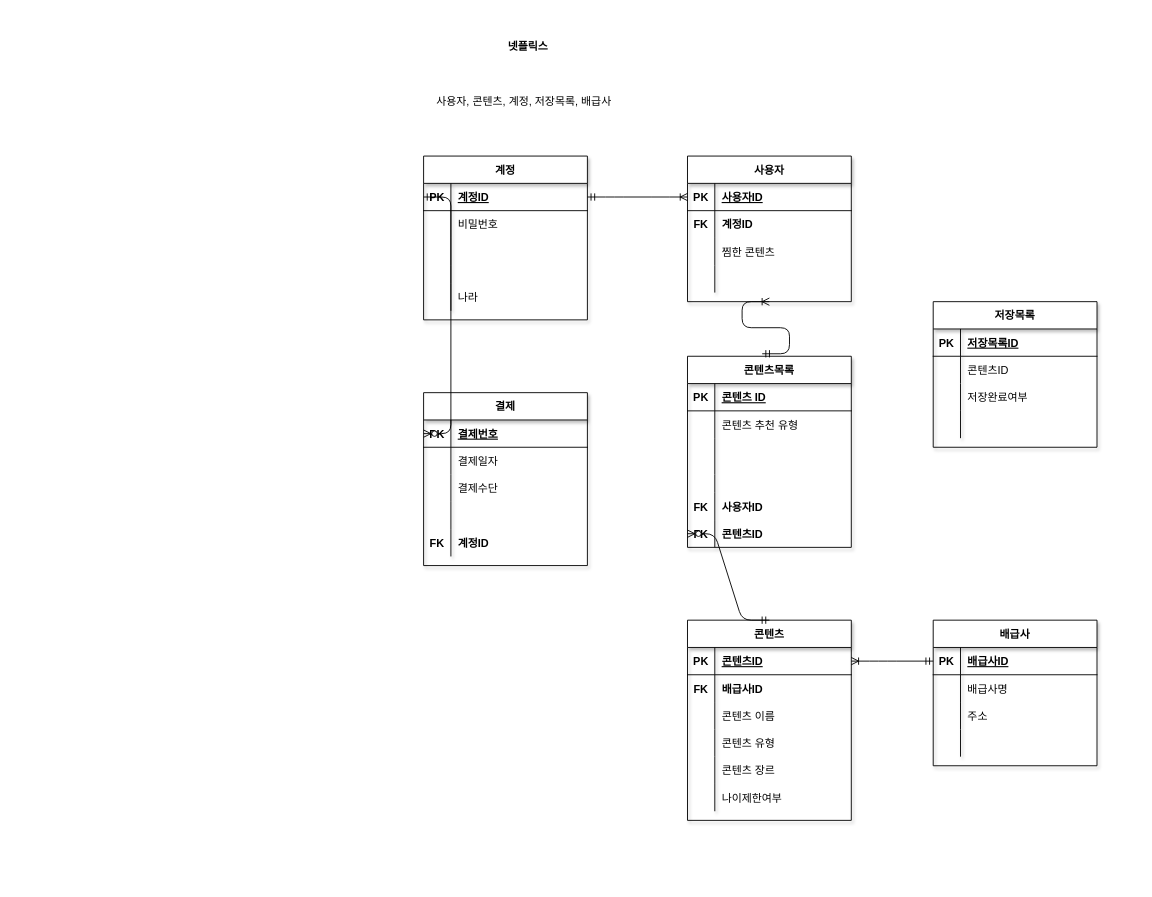
Above: 대학원/1-1/데이터베이스구조와운용/4주차 ERD 실습.drawio in kurt7191/TIL (draw.io), before the change. Source tidied: cells renumbered, new cells numbered last; positions are measured from the earlier drawing's top-left corner, leaving out a move shared by most shapes. Both pictures are drawn from the tidied source at 91%, with x=0, y=0 at pixel (423, 19).
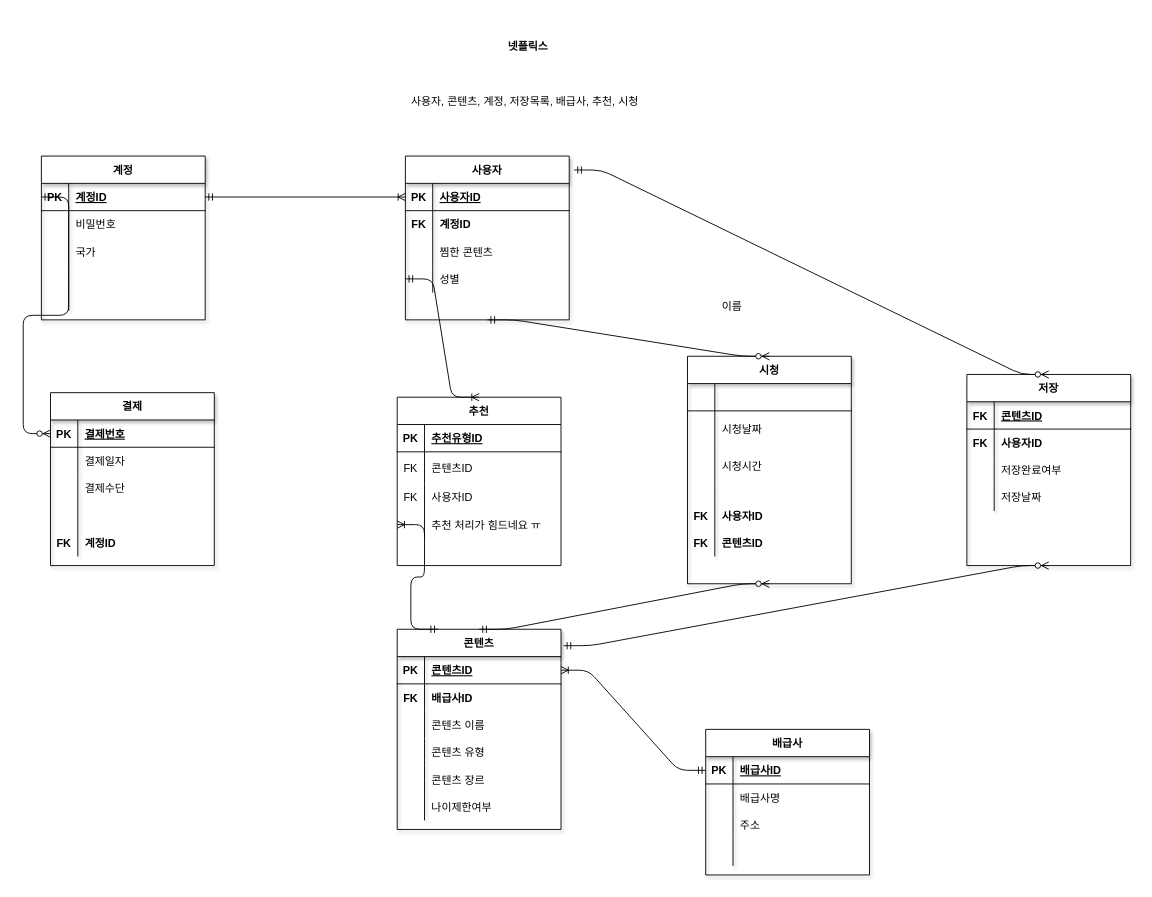
After the change.

The change refers to these unchanged cells:
```xml
<mxCell id="11" style="shape=partialRectangle;fillColor=none;top=0;left=0;bottom=0;right=0;" parent="4" vertex="1">
  <mxGeometry y="90" width="180" height="30" as="geometry" />
</mxCell>
<mxCell id="17" style="shape=partialRectangle;fillColor=none;top=0;left=0;bottom=0;right=0;" parent="4" vertex="1">
  <mxGeometry y="140" width="180" height="30" as="geometry" />
</mxCell>
<mxCell id="30" style="shape=partialRectangle;fillColor=none;top=0;left=0;bottom=0;right=0;points=[[0,0.5],[1,0.5]];portConstraint=eastwest;" parent="20" vertex="1">
  <mxGeometry y="120" width="180" height="30" as="geometry" />
</mxCell>
<mxCell id="66" style="shape=partialRectangle;fillColor=none;top=0;left=0;bottom=1;right=0;" parent="65" vertex="1">
  <mxGeometry y="30" width="180" height="30" as="geometry" />
</mxCell>
<mxCell id="69" style="shape=partialRectangle;fillColor=none;top=0;left=0;bottom=0;right=0;" parent="65" vertex="1">
  <mxGeometry y="60" width="180" height="30" as="geometry" />
</mxCell>
<mxCell id="75" style="shape=partialRectangle;fillColor=none;top=0;left=0;bottom=0;right=0;" parent="65" vertex="1">
  <mxGeometry y="120" width="180" height="30" as="geometry" />
</mxCell>
<mxCell id="81" style="shape=partialRectangle;fillColor=none;top=0;left=0;bottom=1;right=0;" parent="80" vertex="1">
  <mxGeometry y="30" width="180" height="30" as="geometry" />
</mxCell>
```

Diff of the diagram source:
```diff
@@
-    <mxCell id="3" value="사용자, 콘텐츠, 계정, 저장목록, 배급사" style="text;html=1;align=center;verticalAlign=middle;strokeColor=none;fillColor=none;" parent="1" vertex="1">
-      <mxGeometry y="80" width="220" height="20" as="geometry" />
+    <mxCell id="3" value="사용자, 콘텐츠, 계정, 저장목록, 배급사, 추천, 시청" style="text;html=1;align=center;verticalAlign=middle;strokeColor=none;fillColor=none;" parent="1" vertex="1">
+      <mxGeometry x="-29" y="80" width="280" height="20" as="geometry" />
     </mxCell>
     <mxCell id="4" value="계정" style="shape=table;startSize=30;childLayout=tableLayout;rowLines=0;fontStyle=1;align=center;shadow=1;" parent="1" vertex="1">
-      <mxGeometry y="150" width="180" height="180" as="geometry" />
+      <mxGeometry x="-420" y="150" width="180" height="180" as="geometry" />
     </mxCell>
@@
-    <mxCell id="13" style="shape=partialRectangle;fillColor=none;top=0;left=0;bottom=0;right=0;align=left;spacingLeft=6;overflow=hidden;" parent="11" vertex="1">
+    <mxCell id="13" value="국가" style="shape=partialRectangle;fillColor=none;top=0;left=0;bottom=0;right=0;align=left;spacingLeft=6;overflow=hidden;" parent="11" vertex="1">
       <mxGeometry x="30" width="150" height="30" as="geometry" />
     </mxCell>
@@
-    <mxCell id="19" value="나라" style="shape=partialRectangle;fillColor=none;top=0;left=0;bottom=0;right=0;align=left;spacingLeft=6;overflow=hidden;" parent="17" vertex="1">
+    <mxCell id="19" style="shape=partialRectangle;fillColor=none;top=0;left=0;bottom=0;right=0;align=left;spacingLeft=6;overflow=hidden;" parent="17" vertex="1">
       <mxGeometry x="30" width="150" height="30" as="geometry" />
     </mxCell>
     <mxCell id="20" value="사용자" style="shape=table;startSize=30;childLayout=tableLayout;rowLines=0;fontStyle=1;align=center;shadow=1;" parent="1" vertex="1">
-      <mxGeometry x="290" y="150" width="180" height="160" as="geometry" />
+      <mxGeometry x="-20" y="150" width="180" height="180" as="geometry" />
     </mxCell>
@@
-    <mxCell id="32" style="shape=partialRectangle;fillColor=none;top=0;left=0;bottom=0;right=0;align=left;spacingLeft=6;overflow=hidden;" parent="30" vertex="1">
+    <mxCell id="32" value="성별" style="shape=partialRectangle;fillColor=none;top=0;left=0;bottom=0;right=0;align=left;spacingLeft=6;overflow=hidden;" parent="30" vertex="1">
       <mxGeometry x="30" width="150" height="30" as="geometry" />
     </mxCell>
     <mxCell id="33" value="콘텐츠" style="shape=table;startSize=30;childLayout=tableLayout;rowLines=0;fontStyle=1;align=center;shadow=1;" parent="1" vertex="1">
-      <mxGeometry x="290" y="660" width="180" height="220" as="geometry" />
+      <mxGeometry x="-29" y="670" width="180" height="220" as="geometry" />
     </mxCell>
@@
     <mxCell id="52" value="배급사" style="shape=table;startSize=30;childLayout=tableLayout;rowLines=0;fontStyle=1;align=center;shadow=1;" parent="1" vertex="1">
-      <mxGeometry x="560" y="660" width="180" height="160" as="geometry" />
+      <mxGeometry x="310" y="780" width="180" height="160" as="geometry" />
     </mxCell>
@@
-    <mxCell id="65" value="저장목록" style="shape=table;startSize=30;childLayout=tableLayout;rowLines=0;fontStyle=1;align=center;shadow=1;" parent="1" vertex="1">
-      <mxGeometry x="560" y="310" width="180" height="160" as="geometry" />
+    <mxCell id="65" value="저장" style="shape=table;startSize=30;childLayout=tableLayout;rowLines=0;fontStyle=1;align=center;shadow=1;" parent="1" vertex="1">
+      <mxGeometry x="597" y="390" width="180" height="210" as="geometry" />
     </mxCell>
@@
-    <mxCell id="67" value="PK" style="shape=partialRectangle;fillColor=none;top=0;left=0;bottom=0;right=0;fontStyle=1;overflow=hidden;" parent="66" vertex="1">
+    <mxCell id="67" value="FK" style="shape=partialRectangle;fillColor=none;top=0;left=0;bottom=0;right=0;fontStyle=1;overflow=hidden;" parent="66" vertex="1">
       <mxGeometry width="30" height="30" as="geometry" />
     </mxCell>
-    <mxCell id="68" value="저장목록ID" style="shape=partialRectangle;fillColor=none;top=0;left=0;bottom=0;right=0;align=left;spacingLeft=6;fontStyle=5;overflow=hidden;" parent="66" vertex="1">
+    <mxCell id="68" value="콘텐츠ID" style="shape=partialRectangle;fillColor=none;top=0;left=0;bottom=0;right=0;align=left;spacingLeft=6;fontStyle=5;overflow=hidden;" parent="66" vertex="1">
       <mxGeometry x="30" width="150" height="30" as="geometry" />
     </mxCell>
@@
-    <mxCell id="70" style="shape=partialRectangle;fillColor=none;top=0;left=0;bottom=0;right=0;overflow=hidden;" parent="69" vertex="1">
+    <mxCell id="70" value="FK" style="shape=partialRectangle;fillColor=none;top=0;left=0;bottom=0;right=0;overflow=hidden;labelBorderColor=none;fontStyle=1;" parent="69" vertex="1">
       <mxGeometry width="30" height="30" as="geometry" />
     </mxCell>
-    <mxCell id="71" value="콘텐츠ID" style="shape=partialRectangle;fillColor=none;top=0;left=0;bottom=0;right=0;align=left;spacingLeft=6;overflow=hidden;" parent="69" vertex="1">
+    <mxCell id="71" value="사용자ID" style="shape=partialRectangle;fillColor=none;top=0;left=0;bottom=0;right=0;align=left;spacingLeft=6;overflow=hidden;fontStyle=1;" parent="69" vertex="1">
       <mxGeometry x="30" width="150" height="30" as="geometry" />
     </mxCell>
@@
-    <mxCell id="77" style="shape=partialRectangle;fillColor=none;top=0;left=0;bottom=0;right=0;align=left;spacingLeft=6;overflow=hidden;" parent="75" vertex="1">
+    <mxCell id="77" value="저장날짜" style="shape=partialRectangle;fillColor=none;top=0;left=0;bottom=0;right=0;align=left;spacingLeft=6;overflow=hidden;" parent="75" vertex="1">
       <mxGeometry x="30" width="150" height="30" as="geometry" />
     </mxCell>
@@
-    <mxCell id="80" value="콘텐츠목록" style="shape=table;startSize=30;childLayout=tableLayout;rowLines=0;fontStyle=1;align=center;shadow=1;" parent="1" vertex="1">
-      <mxGeometry x="290" y="370" width="180" height="210" as="geometry" />
+    <mxCell id="80" value="시청" style="shape=table;startSize=30;childLayout=tableLayout;rowLines=0;fontStyle=1;align=center;shadow=1;" parent="1" vertex="1">
+      <mxGeometry x="290" y="370" width="180" height="250" as="geometry" />
     </mxCell>
@@
-    <mxCell id="82" value="PK" style="shape=partialRectangle;fillColor=none;top=0;left=0;bottom=0;right=0;fontStyle=1;overflow=hidden;" parent="81" vertex="1">
+    <mxCell id="82" style="shape=partialRectangle;fillColor=none;top=0;left=0;bottom=0;right=0;fontStyle=1;overflow=hidden;" parent="81" vertex="1">
       <mxGeometry width="30" height="30" as="geometry" />
     </mxCell>
-    <mxCell id="83" value="콘텐츠 ID" style="shape=partialRectangle;fillColor=none;top=0;left=0;bottom=0;right=0;align=left;spacingLeft=6;fontStyle=5;overflow=hidden;" parent="81" vertex="1">
+    <mxCell id="83" style="shape=partialRectangle;fillColor=none;top=0;left=0;bottom=0;right=0;align=left;spacingLeft=6;fontStyle=5;overflow=hidden;" parent="81" vertex="1">
       <mxGeometry x="30" width="150" height="30" as="geometry" />
     </mxCell>
     <mxCell id="84" style="shape=partialRectangle;fillColor=none;top=0;left=0;bottom=0;right=0;" parent="80" vertex="1">
-      <mxGeometry y="60" width="180" height="30" as="geometry" />
+      <mxGeometry y="60" width="180" height="40" as="geometry" />
     </mxCell>
     <mxCell id="85" style="shape=partialRectangle;fillColor=none;top=0;left=0;bottom=0;right=0;overflow=hidden;" parent="84" vertex="1">
-      <mxGeometry width="30" height="30" as="geometry" />
+      <mxGeometry width="30" height="40" as="geometry" />
     </mxCell>
-    <mxCell id="86" value="콘텐츠 추천 유형" style="shape=partialRectangle;fillColor=none;top=0;left=0;bottom=0;right=0;align=left;spacingLeft=6;overflow=hidden;" parent="84" vertex="1">
-      <mxGeometry x="30" width="150" height="30" as="geometry" />
+    <mxCell id="86" value="시청날짜" style="shape=partialRectangle;fillColor=none;top=0;left=0;bottom=0;right=0;align=left;spacingLeft=6;overflow=hidden;" parent="84" vertex="1">
+      <mxGeometry x="30" width="150" height="40" as="geometry" />
     </mxCell>
     <mxCell id="87" style="shape=partialRectangle;fillColor=none;top=0;left=0;bottom=0;right=0;" parent="80" vertex="1">
-      <mxGeometry y="90" width="180" height="40" as="geometry" />
+      <mxGeometry y="100" width="180" height="40" as="geometry" />
     </mxCell>
@@
-    <mxCell id="89" style="shape=partialRectangle;fillColor=none;top=0;left=0;bottom=0;right=0;align=left;spacingLeft=6;overflow=hidden;" parent="87" vertex="1">
+    <mxCell id="89" value="시청시간" style="shape=partialRectangle;fillColor=none;top=0;left=0;bottom=0;right=0;align=left;spacingLeft=6;overflow=hidden;" parent="87" vertex="1">
       <mxGeometry x="30" width="150" height="40" as="geometry" />
     </mxCell>
     <mxCell id="90" style="shape=partialRectangle;fillColor=none;top=0;left=0;bottom=0;right=0;" parent="80" vertex="1">
-      <mxGeometry y="130" width="180" height="20" as="geometry" />
+      <mxGeometry y="140" width="180" height="20" as="geometry" />
     </mxCell>
@@
     <mxCell id="93" style="shape=partialRectangle;fillColor=none;top=0;left=0;bottom=0;right=0;" parent="80" vertex="1">
-      <mxGeometry y="150" width="180" height="30" as="geometry" />
+      <mxGeometry y="160" width="180" height="30" as="geometry" />
     </mxCell>
@@
     <mxCell id="96" style="shape=partialRectangle;fillColor=none;top=0;left=0;bottom=0;right=0;points=[[0,0.5],[1,0.5]];portConstraint=eastwest;" parent="80" vertex="1">
-      <mxGeometry y="180" width="180" height="30" as="geometry" />
+      <mxGeometry y="190" width="180" height="30" as="geometry" />
     </mxCell>
@@
-    <mxCell id="99" style="edgeStyle=entityRelationEdgeStyle;fontSize=12;html=1;endArrow=ERoneToMany;startArrow=ERmandOne;entryX=0.5;entryY=1;entryDx=0;entryDy=0;exitX=0.456;exitY=-0.013;exitDx=0;exitDy=0;exitPerimeter=0;" parent="1" edge="1" source="80" target="20">
-      <mxGeometry relative="1" as="geometry" />
-    </mxCell>
     <mxCell id="100" value="결제" style="shape=table;startSize=30;childLayout=tableLayout;rowLines=0;fontStyle=1;align=center;shadow=1;" parent="1" vertex="1">
-      <mxGeometry y="410" width="180" height="190" as="geometry" />
+      <mxGeometry x="-410" y="410" width="180" height="190" as="geometry" />
     </mxCell>
@@
-    <mxCell id="116" style="edgeStyle=entityRelationEdgeStyle;fontSize=12;html=1;endArrow=ERzeroToMany;startArrow=ERmandOne;exitX=0.5;exitY=0;exitDx=0;exitDy=0;entryX=0;entryY=0.5;entryDx=0;entryDy=0;" parent="1" edge="1" source="33" target="96">
-      <mxGeometry relative="1" as="geometry" />
-    </mxCell>
@@
+    <mxCell id="118" style="edgeStyle=entityRelationEdgeStyle;fontSize=12;html=1;endArrow=ERzeroToMany;startArrow=ERmandOne;exitX=0.5;exitY=1;exitDx=0;exitDy=0;entryX=0.5;entryY=0;entryDx=0;entryDy=0;" parent="1" edge="1" source="20" target="80">
+      <mxGeometry relative="1" as="geometry" />
+    </mxCell>
+    <mxCell id="119" style="edgeStyle=entityRelationEdgeStyle;fontSize=12;html=1;endArrow=ERzeroToMany;startArrow=ERmandOne;exitX=0.5;exitY=0;exitDx=0;exitDy=0;entryX=0.5;entryY=1;entryDx=0;entryDy=0;" parent="1" edge="1" source="33" target="80">
+      <mxGeometry relative="1" as="geometry" />
+    </mxCell>
+    <mxCell id="120" value="이름" style="shape=partialRectangle;fillColor=none;top=0;left=0;bottom=0;right=0;align=left;spacingLeft=6;overflow=hidden;" parent="1" vertex="1">
+      <mxGeometry x="320" y="300" width="150" height="30" as="geometry" />
+    </mxCell>
+    <mxCell id="121" style="edgeStyle=entityRelationEdgeStyle;fontSize=12;html=1;endArrow=ERzeroToMany;startArrow=ERmandOne;entryX=0.5;entryY=1;entryDx=0;entryDy=0;exitX=1.015;exitY=0.082;exitDx=0;exitDy=0;exitPerimeter=0;" parent="1" edge="1" source="33" target="65">
+      <mxGeometry relative="1" as="geometry" />
+    </mxCell>
+    <mxCell id="122" value="추천" style="shape=table;startSize=30;childLayout=tableLayout;rowLines=0;fontStyle=1;align=center;" parent="1" vertex="1">
+      <mxGeometry x="-29" y="415" width="180" height="185" as="geometry" />
+    </mxCell>
+    <mxCell id="123" style="shape=partialRectangle;fillColor=none;top=0;left=0;bottom=1;right=0;" parent="122" vertex="1">
+      <mxGeometry y="30" width="180" height="30" as="geometry" />
+    </mxCell>
+    <mxCell id="124" value="PK" style="shape=partialRectangle;fillColor=none;top=0;left=0;bottom=0;right=0;fontStyle=1;overflow=hidden;" parent="123" vertex="1">
+      <mxGeometry width="30" height="30" as="geometry" />
+    </mxCell>
+    <mxCell id="125" value="추천유형ID" style="shape=partialRectangle;fillColor=none;top=0;left=0;bottom=0;right=0;align=left;spacingLeft=6;fontStyle=5;overflow=hidden;" parent="123" vertex="1">
+      <mxGeometry x="30" width="150" height="30" as="geometry" />
+    </mxCell>
+    <mxCell id="126" style="shape=partialRectangle;fillColor=none;top=0;left=0;bottom=0;right=0;" parent="122" vertex="1">
+      <mxGeometry y="60" width="180" height="35" as="geometry" />
+    </mxCell>
+    <mxCell id="127" value="FK" style="shape=partialRectangle;fillColor=none;top=0;left=0;bottom=0;right=0;overflow=hidden;" parent="126" vertex="1">
+      <mxGeometry width="30" height="35" as="geometry" />
+    </mxCell>
+    <mxCell id="128" value="콘텐츠ID" style="shape=partialRectangle;fillColor=none;top=0;left=0;bottom=0;right=0;align=left;spacingLeft=6;overflow=hidden;" parent="126" vertex="1">
+      <mxGeometry x="30" width="150" height="35" as="geometry" />
+    </mxCell>
+    <mxCell id="129" style="shape=partialRectangle;fillColor=none;top=0;left=0;bottom=0;right=0;" parent="122" vertex="1">
+      <mxGeometry y="95" width="180" height="30" as="geometry" />
+    </mxCell>
+    <mxCell id="130" value="FK" style="shape=partialRectangle;fillColor=none;top=0;left=0;bottom=0;right=0;overflow=hidden;" parent="129" vertex="1">
+      <mxGeometry width="30" height="30" as="geometry" />
+    </mxCell>
+    <mxCell id="131" value="사용자ID" style="shape=partialRectangle;fillColor=none;top=0;left=0;bottom=0;right=0;align=left;spacingLeft=6;overflow=hidden;" parent="129" vertex="1">
+      <mxGeometry x="30" width="150" height="30" as="geometry" />
+    </mxCell>
+    <mxCell id="132" style="shape=partialRectangle;fillColor=none;top=0;left=0;bottom=0;right=0;points=[[0,0.5],[1,0.5]];portConstraint=eastwest;" parent="122" vertex="1">
+      <mxGeometry y="125" width="180" height="30" as="geometry" />
+    </mxCell>
+    <mxCell id="133" style="shape=partialRectangle;fillColor=none;top=0;left=0;bottom=0;right=0;overflow=hidden;" parent="132" vertex="1">
+      <mxGeometry width="30" height="30" as="geometry" />
+    </mxCell>
+    <mxCell id="134" value="추천 처리가 힘드네요 ㅠ" style="shape=partialRectangle;fillColor=none;top=0;left=0;bottom=0;right=0;align=left;spacingLeft=6;overflow=hidden;" parent="132" vertex="1">
+      <mxGeometry x="30" width="150" height="30" as="geometry" />
+    </mxCell>
+    <mxCell id="135" style="edgeStyle=entityRelationEdgeStyle;fontSize=12;html=1;endArrow=ERoneToMany;startArrow=ERmandOne;exitX=0;exitY=0.5;exitDx=0;exitDy=0;entryX=0.5;entryY=0;entryDx=0;entryDy=0;" parent="1" edge="1" source="30" target="122">
+      <mxGeometry relative="1" as="geometry" />
+    </mxCell>
+    <mxCell id="136" style="edgeStyle=entityRelationEdgeStyle;fontSize=12;html=1;endArrow=ERoneToMany;startArrow=ERmandOne;exitX=0.25;exitY=0;exitDx=0;exitDy=0;entryX=0;entryY=0.5;entryDx=0;entryDy=0;" parent="1" edge="1" source="33" target="132">
+      <mxGeometry relative="1" as="geometry" />
+    </mxCell>
+    <mxCell id="137" style="edgeStyle=entityRelationEdgeStyle;fontSize=12;html=1;endArrow=ERzeroToMany;startArrow=ERmandOne;exitX=1.03;exitY=0.085;exitDx=0;exitDy=0;exitPerimeter=0;entryX=0.5;entryY=0;entryDx=0;entryDy=0;" parent="1" edge="1" source="20" target="65">
+      <mxGeometry relative="1" as="geometry" />
+    </mxCell>
```
